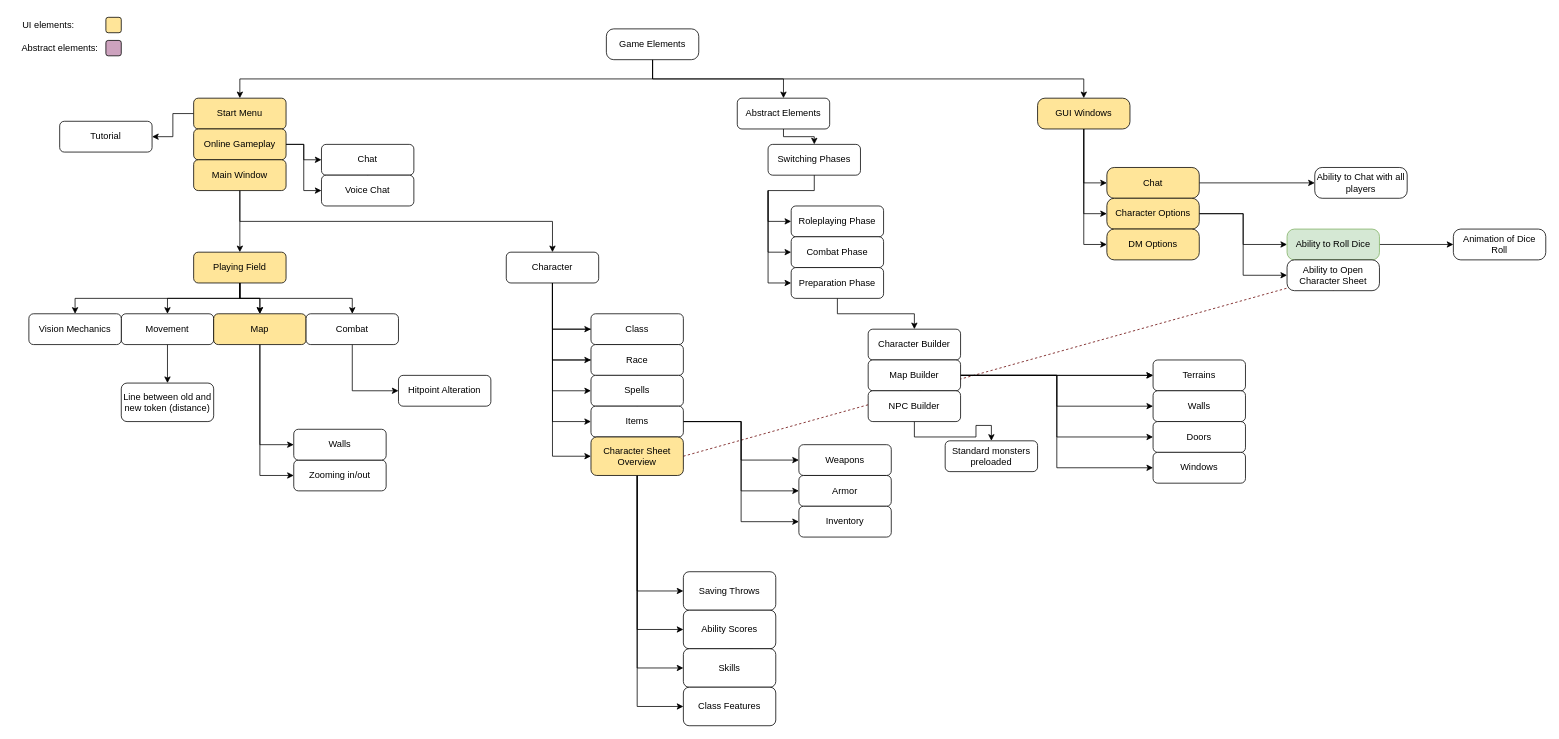
Nemijt03/Dnd-Simulator keeps this draw.io diagram as Dependency graph.drawio. Above is the earlier version. Source tidied: cells renumbered, new cells numbered last; positions are measured from the earlier drawing's top-left corner, leaving out a move shared by most shapes. Both pictures are drawn from the tidied source at 77%, with x=0, y=0 at pixel (13, 13).
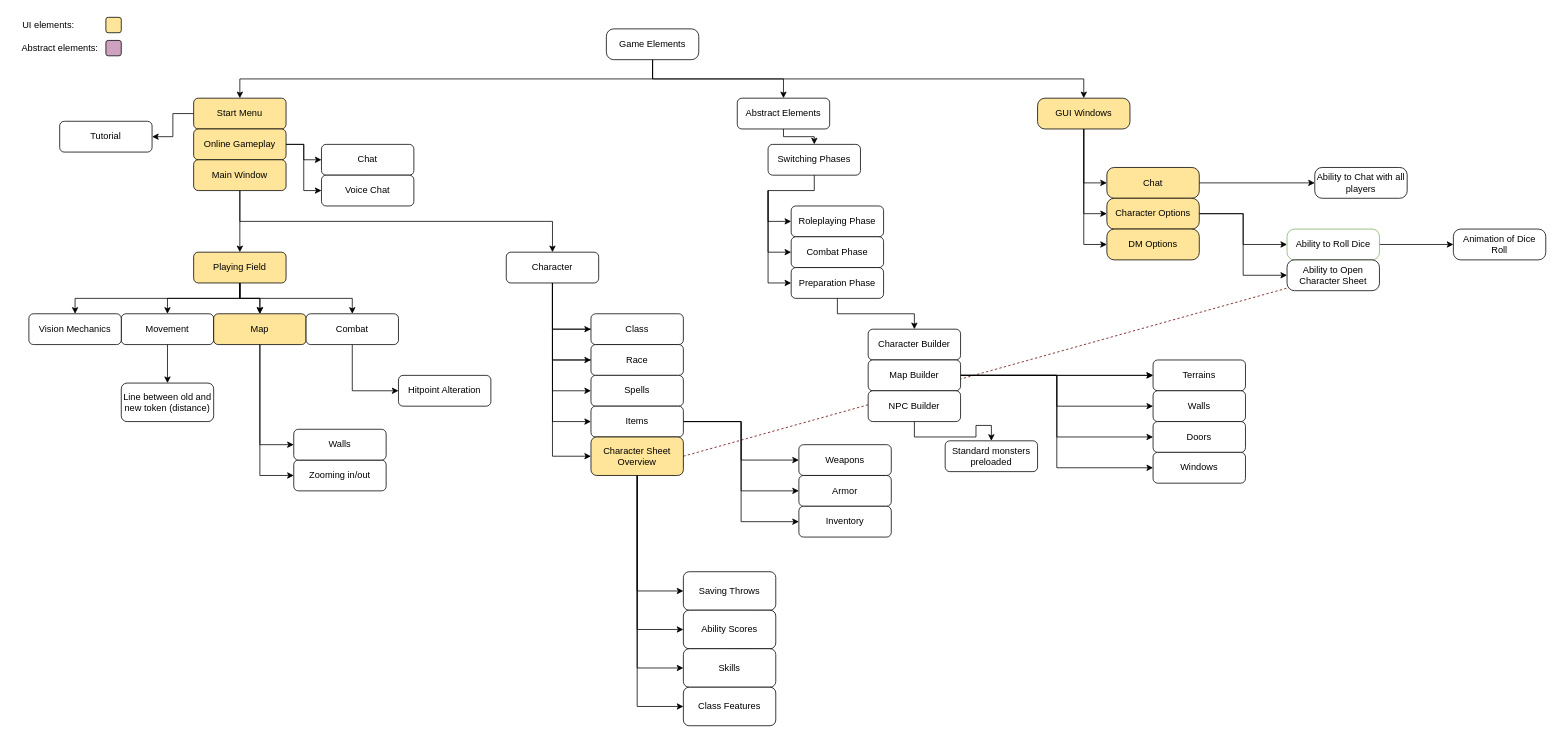
The same diagram, later.

The edit, as a diff of the source:
```diff
@@
-    <mxCell id="99" value="Ability to Roll Dice" style="rounded=1;whiteSpace=wrap;html=1;arcSize=24;fillColor=#d5e8d4;strokeColor=#82b366;" parent="1" vertex="1">
+    <mxCell id="99" value="Ability to Roll Dice" style="rounded=1;whiteSpace=wrap;html=1;arcSize=24;fillColor=#FFFFFF;strokeColor=#82b366;" parent="1" vertex="1">
       <mxGeometry x="1654" y="280" width="120" height="40" as="geometry" />
     </mxCell>
```
